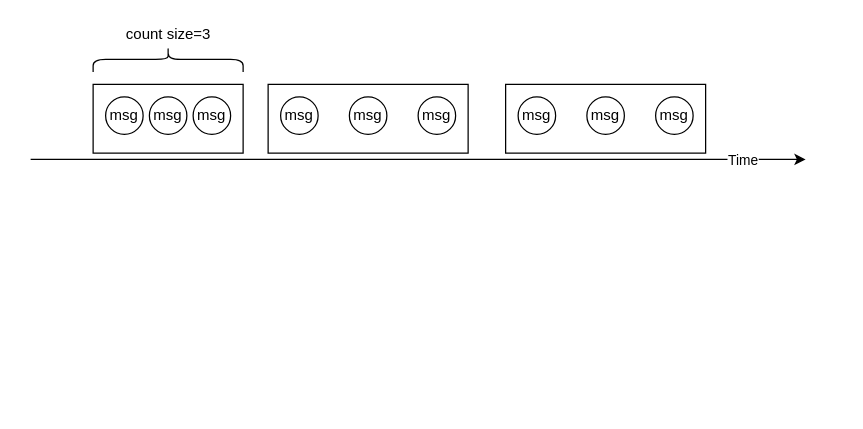
This is flink-window.drawio from cp0802/xueqqiu, a draw.io file, before an edit. Source tidied: cells renumbered, new cells numbered last; positions are measured from the earlier drawing's top-left corner, leaving out a move shared by most shapes. Both pictures are drawn from the tidied source at 125%, with x=0, y=0 at pixel (30, -16).
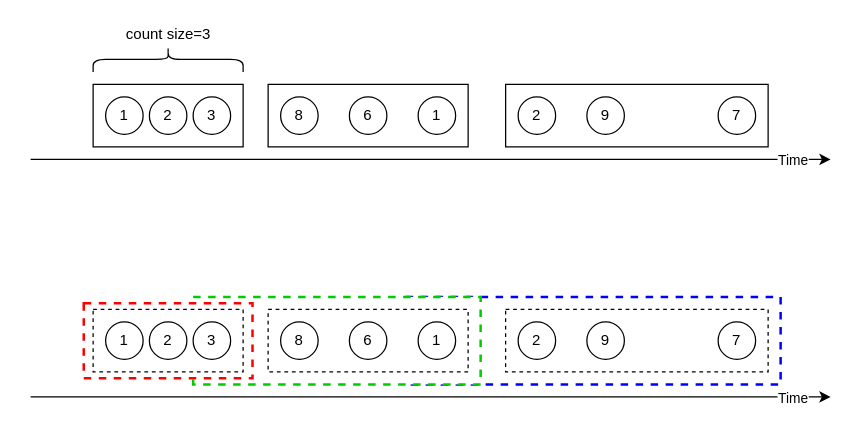
The same page after the edit.

Change to the diagram source:
```diff
@@
+    <mxCell id="18" style="rounded=0;whiteSpace=wrap;html=1;dashed=1;strokeWidth=2;strokeColor=#0000FF;" parent="1" vertex="1">
+      <mxGeometry x="300" y="250" width="300" height="70" as="geometry" />
+    </mxCell>
+    <mxCell id="19" style="rounded=0;whiteSpace=wrap;html=1;dashed=1;strokeColor=#00CC00;strokeWidth=2;" parent="1" vertex="1">
+      <mxGeometry x="130" y="250" width="230" height="70" as="geometry" />
+    </mxCell>
+    <mxCell id="20" style="rounded=0;whiteSpace=wrap;html=1;strokeColor=#FF0000;dashed=1;strokeWidth=2;" parent="1" vertex="1">
+      <mxGeometry x="42.5" y="255" width="135" height="60" as="geometry" />
+    </mxCell>
     <mxCell id="2" style="endArrow=classic;html=1;" parent="1" edge="1">
       <mxGeometry relative="1" as="geometry">
         <mxPoint y="140" as="sourcePoint" />
-        <mxPoint x="620" y="140" as="targetPoint" />
+        <mxPoint x="640" y="140" as="targetPoint" />
       </mxGeometry>
     </mxCell>
     <mxCell id="3" value="Time" style="edgeLabel;html=1;align=center;verticalAlign=middle;" parent="2" vertex="1">
       <mxGeometry x="0.82" y="-2" relative="1" as="geometry">
-        <mxPoint x="5" y="-2" as="offset" />
+        <mxPoint x="27" y="-2" as="offset" />
       </mxGeometry>
     </mxCell>
     <mxCell id="4" style="rounded=0;whiteSpace=wrap;html=1;" parent="1" vertex="1">
-      <mxGeometry x="50" y="80" width="120" height="55" as="geometry" />
+      <mxGeometry x="50" y="80" width="120" height="50" as="geometry" />
     </mxCell>
-    <mxCell id="5" value="msg" style="ellipse;whiteSpace=wrap;html=1;" parent="1" vertex="1">
+    <mxCell id="5" value="1" style="ellipse;whiteSpace=wrap;html=1;" parent="1" vertex="1">
       <mxGeometry x="60" y="90" width="30" height="30" as="geometry" />
     </mxCell>
-    <mxCell id="6" value="msg" style="ellipse;whiteSpace=wrap;html=1;" parent="1" vertex="1">
+    <mxCell id="6" value="2" style="ellipse;whiteSpace=wrap;html=1;" parent="1" vertex="1">
       <mxGeometry x="95" y="90" width="30" height="30" as="geometry" />
     </mxCell>
-    <mxCell id="7" value="msg" style="ellipse;whiteSpace=wrap;html=1;" parent="1" vertex="1">
+    <mxCell id="7" value="3" style="ellipse;whiteSpace=wrap;html=1;" parent="1" vertex="1">
       <mxGeometry x="130" y="90" width="30" height="30" as="geometry" />
     </mxCell>
     <mxCell id="8" style="rounded=0;whiteSpace=wrap;html=1;" parent="1" vertex="1">
-      <mxGeometry x="190" y="80" width="160" height="55" as="geometry" />
+      <mxGeometry x="190" y="80" width="160" height="50" as="geometry" />
     </mxCell>
-    <mxCell id="9" value="msg" style="ellipse;whiteSpace=wrap;html=1;" parent="1" vertex="1">
+    <mxCell id="9" value="8" style="ellipse;whiteSpace=wrap;html=1;" parent="1" vertex="1">
       <mxGeometry x="200" y="90" width="30" height="30" as="geometry" />
     </mxCell>
-    <mxCell id="10" value="msg" style="ellipse;whiteSpace=wrap;html=1;" parent="1" vertex="1">
+    <mxCell id="10" value="6" style="ellipse;whiteSpace=wrap;html=1;" parent="1" vertex="1">
       <mxGeometry x="255" y="90" width="30" height="30" as="geometry" />
     </mxCell>
-    <mxCell id="11" value="msg" style="ellipse;whiteSpace=wrap;html=1;" parent="1" vertex="1">
+    <mxCell id="11" value="1" style="ellipse;whiteSpace=wrap;html=1;" parent="1" vertex="1">
       <mxGeometry x="310" y="90" width="30" height="30" as="geometry" />
     </mxCell>
@@
     <mxCell id="13" style="rounded=0;whiteSpace=wrap;html=1;" parent="1" vertex="1">
-      <mxGeometry x="380" y="80" width="160" height="55" as="geometry" />
+      <mxGeometry x="380" y="80" width="210" height="50" as="geometry" />
     </mxCell>
-    <mxCell id="14" value="msg" style="ellipse;whiteSpace=wrap;html=1;" parent="1" vertex="1">
+    <mxCell id="14" value="2" style="ellipse;whiteSpace=wrap;html=1;" parent="1" vertex="1">
       <mxGeometry x="390" y="90" width="30" height="30" as="geometry" />
     </mxCell>
-    <mxCell id="15" value="msg" style="ellipse;whiteSpace=wrap;html=1;" parent="1" vertex="1">
+    <mxCell id="15" value="9" style="ellipse;whiteSpace=wrap;html=1;" parent="1" vertex="1">
       <mxGeometry x="445" y="90" width="30" height="30" as="geometry" />
     </mxCell>
-    <mxCell id="16" value="msg" style="ellipse;whiteSpace=wrap;html=1;" parent="1" vertex="1">
-      <mxGeometry x="500" y="90" width="30" height="30" as="geometry" />
+    <mxCell id="16" value="7" style="ellipse;whiteSpace=wrap;html=1;" parent="1" vertex="1">
+      <mxGeometry x="550" y="90" width="30" height="30" as="geometry" />
     </mxCell>
@@
+    <mxCell id="21" style="endArrow=classic;html=1;" parent="1" edge="1">
+      <mxGeometry relative="1" as="geometry">
+        <mxPoint y="330" as="sourcePoint" />
+        <mxPoint x="640" y="330" as="targetPoint" />
+      </mxGeometry>
+    </mxCell>
+    <mxCell id="22" value="Time" style="edgeLabel;html=1;align=center;verticalAlign=middle;" parent="21" vertex="1">
+      <mxGeometry x="0.82" y="-2" relative="1" as="geometry">
+        <mxPoint x="27" y="-2" as="offset" />
+      </mxGeometry>
+    </mxCell>
+    <mxCell id="23" style="rounded=0;whiteSpace=wrap;html=1;dashed=1;" parent="1" vertex="1">
+      <mxGeometry x="50" y="260" width="120" height="50" as="geometry" />
+    </mxCell>
+    <mxCell id="24" value="1" style="ellipse;whiteSpace=wrap;html=1;" parent="1" vertex="1">
+      <mxGeometry x="60" y="270" width="30" height="30" as="geometry" />
+    </mxCell>
+    <mxCell id="25" value="2" style="ellipse;whiteSpace=wrap;html=1;" parent="1" vertex="1">
+      <mxGeometry x="95" y="270" width="30" height="30" as="geometry" />
+    </mxCell>
+    <mxCell id="26" value="3" style="ellipse;whiteSpace=wrap;html=1;" parent="1" vertex="1">
+      <mxGeometry x="130" y="270" width="30" height="30" as="geometry" />
+    </mxCell>
+    <mxCell id="27" style="rounded=0;whiteSpace=wrap;html=1;dashed=1;" parent="1" vertex="1">
+      <mxGeometry x="190" y="260" width="160" height="50" as="geometry" />
+    </mxCell>
+    <mxCell id="28" value="8" style="ellipse;whiteSpace=wrap;html=1;" parent="1" vertex="1">
+      <mxGeometry x="200" y="270" width="30" height="30" as="geometry" />
+    </mxCell>
+    <mxCell id="29" value="6" style="ellipse;whiteSpace=wrap;html=1;" parent="1" vertex="1">
+      <mxGeometry x="255" y="270" width="30" height="30" as="geometry" />
+    </mxCell>
+    <mxCell id="30" value="1" style="ellipse;whiteSpace=wrap;html=1;" parent="1" vertex="1">
+      <mxGeometry x="310" y="270" width="30" height="30" as="geometry" />
+    </mxCell>
+    <mxCell id="31" style="rounded=0;whiteSpace=wrap;html=1;dashed=1;" parent="1" vertex="1">
+      <mxGeometry x="380" y="260" width="210" height="50" as="geometry" />
+    </mxCell>
+    <mxCell id="32" value="2" style="ellipse;whiteSpace=wrap;html=1;" parent="1" vertex="1">
+      <mxGeometry x="390" y="270" width="30" height="30" as="geometry" />
+    </mxCell>
+    <mxCell id="33" value="9" style="ellipse;whiteSpace=wrap;html=1;" parent="1" vertex="1">
+      <mxGeometry x="445" y="270" width="30" height="30" as="geometry" />
+    </mxCell>
+    <mxCell id="34" value="7" style="ellipse;whiteSpace=wrap;html=1;" parent="1" vertex="1">
+      <mxGeometry x="550" y="270" width="30" height="30" as="geometry" />
+    </mxCell>
```
